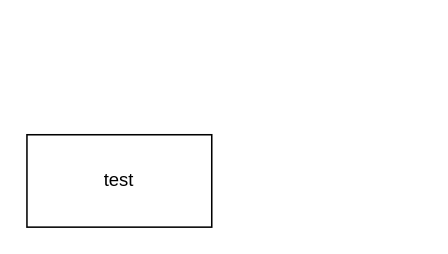
Above: Untitled Diagram.drawio in pengfudan/UAV-path-planing (draw.io), before the change. Source tidied: cells renumbered, new cells numbered last; positions are measured from the earlier drawing's top-left corner, leaving out a move shared by most shapes. Both pictures are drawn from the tidied source at 154%, with x=0, y=0 at pixel (26, 134).
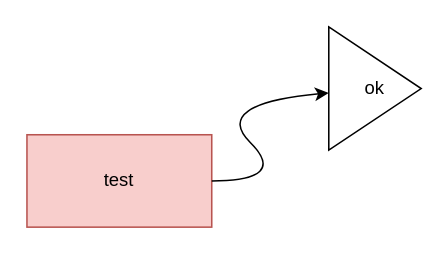
The same page after the edit.

What changed in the source:
```diff
@@
 <mxGraphModel>
   <root>
     <mxCell id="0" />
     <mxCell id="1" parent="0" />
-    <mxCell id="2" value="test" style="rounded=0;whiteSpace=wrap;html=1;" parent="1" vertex="1">
+    <mxCell id="2" value="test" style="rounded=0;whiteSpace=wrap;html=1;fillColor=#f8cecc;strokeColor=#b85450;" parent="1" vertex="1">
       <mxGeometry width="120" height="60" as="geometry" />
     </mxCell>
+    <mxCell id="3" style="curved=1;endArrow=classic;html=1;rounded=0;" parent="1" edge="1" target="4">
+      <mxGeometry relative="1" as="geometry">
+        <mxPoint x="120" y="30" as="sourcePoint" />
+        <Array as="points">
+          <mxPoint x="170" y="30" />
+          <mxPoint x="120" y="-20" />
+        </Array>
+      </mxGeometry>
+    </mxCell>
+    <mxCell id="4" value="ok" style="triangle;whiteSpace=wrap;html=1;" parent="1" vertex="1">
+      <mxGeometry x="196" y="-70" width="60" height="80" as="geometry" />
+    </mxCell>
   </root>
 </mxGraphModel>
```
